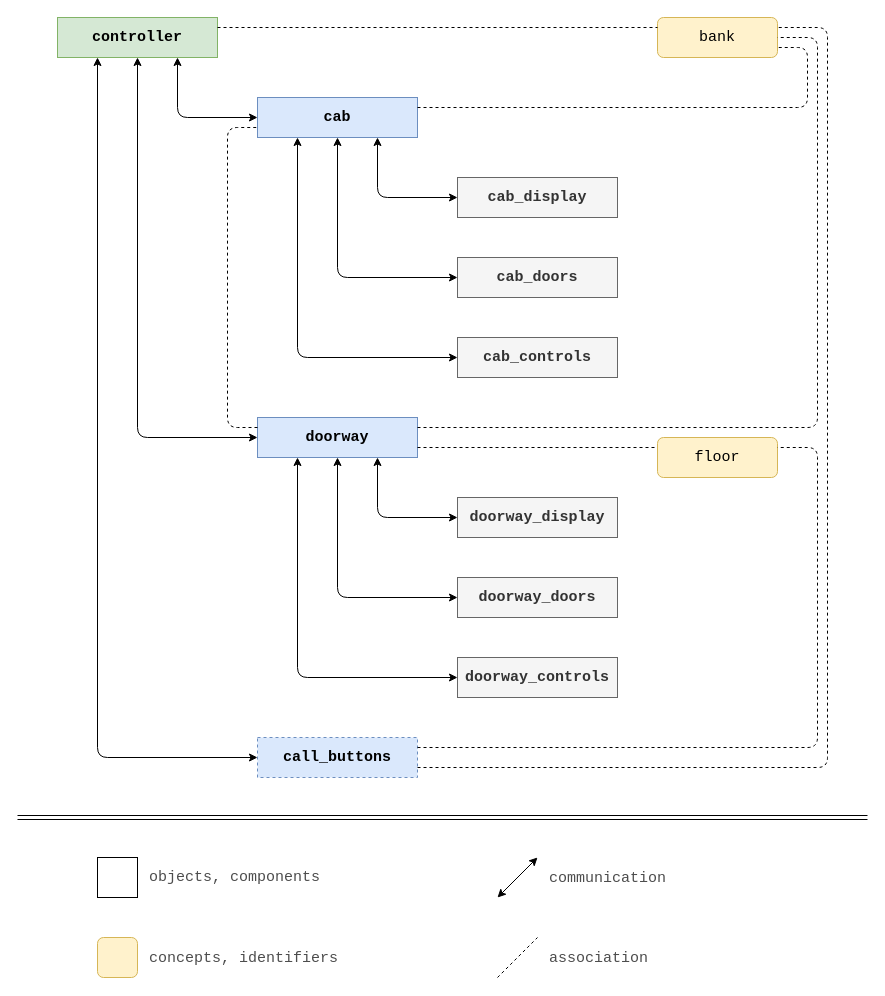
Earlier version of the draw.io diagram falcon-components.drawio (domsson/falcon). Source tidied: cells renumbered, new cells numbered last; positions are measured from the earlier drawing's top-left corner, leaving out a move shared by most shapes. Both pictures are drawn from the tidied source at 100%, with x=0, y=0 at pixel (17, 17).
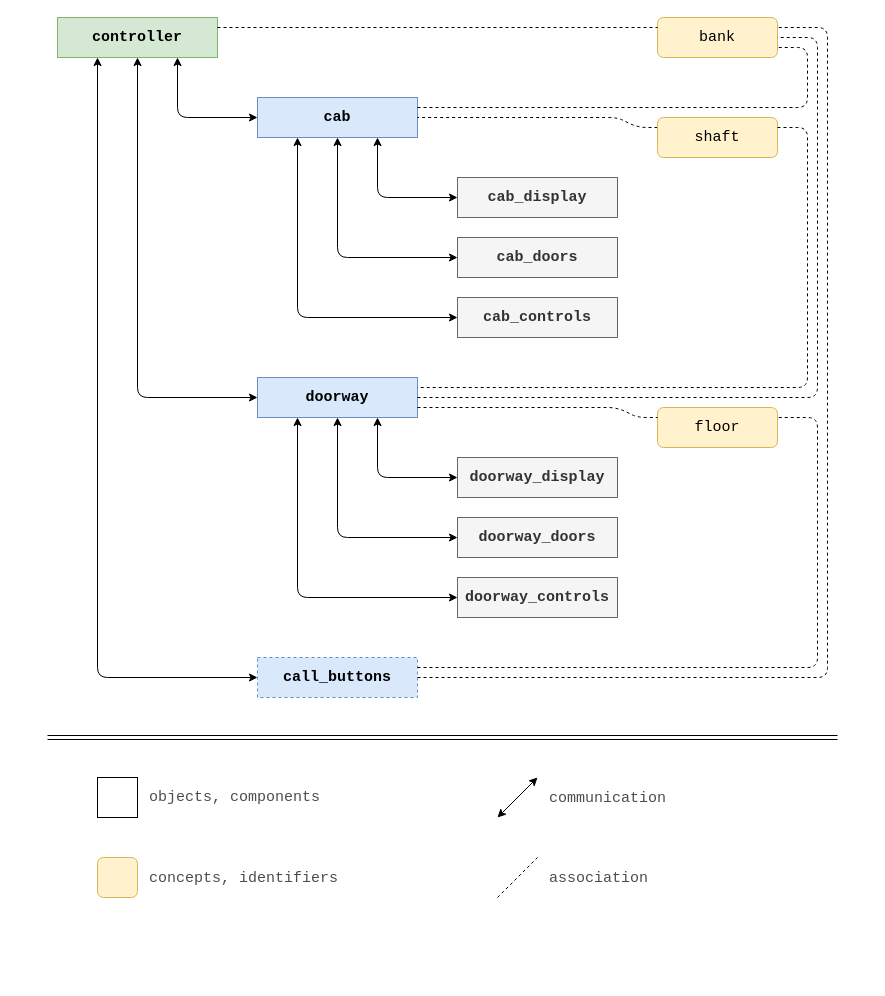
The same page after the edit.

Commit message (it also covers changes not shown here):
Update component diagram

Unchanged cells that the change refers to:
```xml
<mxCell id="2" value="&lt;div style=&quot;font-size: 15px;&quot;&gt;controller&lt;/div&gt;" style="rounded=0;whiteSpace=wrap;html=1;fontFamily=Courier New;fontSize=15;fontStyle=1;strokeColor=#82b366;fillColor=#d5e8d4;" parent="1" vertex="1">
  <mxGeometry x="40" width="160" height="40" as="geometry" />
</mxCell>
<mxCell id="3" value="&lt;span style=&quot;font-size: 15px;&quot;&gt;&lt;font style=&quot;font-size: 15px;&quot;&gt;cab&lt;/font&gt;&lt;/span&gt;" style="rounded=0;whiteSpace=wrap;html=1;fontFamily=Courier New;fontSize=15;fontStyle=1;fillColor=#dae8fc;strokeColor=#6c8ebf;" parent="1" vertex="1">
  <mxGeometry x="240" y="80" width="160" height="40" as="geometry" />
</mxCell>
<mxCell id="18" value="&lt;div&gt;bank&lt;/div&gt;" style="rounded=1;whiteSpace=wrap;html=1;fontFamily=Courier New;fontSize=15;fillColor=#fff2cc;strokeColor=#d6b656;" parent="1" vertex="1">
  <mxGeometry x="640" width="120" height="40" as="geometry" />
</mxCell>
```

The edit, as a diff of the source:
```diff
@@
     <mxCell id="4" value="&lt;div style=&quot;font-size: 15px;&quot;&gt;doorway&lt;/div&gt;" style="rounded=0;whiteSpace=wrap;html=1;fontFamily=Courier New;fontSize=15;fontStyle=1;fillColor=#dae8fc;strokeColor=#6c8ebf;" parent="1" vertex="1">
-      <mxGeometry x="240" y="400" width="160" height="40" as="geometry" />
+      <mxGeometry x="240" y="360" width="160" height="40" as="geometry" />
     </mxCell>
@@
     <mxCell id="6" value="&lt;div&gt;cab_doors&lt;/div&gt;" style="rounded=0;whiteSpace=wrap;html=1;fontFamily=Courier New;fontSize=15;fontStyle=1;fillColor=#f5f5f5;strokeColor=#666666;fontColor=#333333;" parent="1" vertex="1">
-      <mxGeometry x="440" y="240" width="160" height="40" as="geometry" />
+      <mxGeometry x="440" y="220" width="160" height="40" as="geometry" />
     </mxCell>
     <mxCell id="7" value="cab_controls" style="rounded=0;whiteSpace=wrap;html=1;fontFamily=Courier New;fontSize=15;fontStyle=1;fillColor=#f5f5f5;strokeColor=#666666;fontColor=#333333;" parent="1" vertex="1">
-      <mxGeometry x="440" y="320" width="160" height="40" as="geometry" />
+      <mxGeometry x="440" y="280" width="160" height="40" as="geometry" />
     </mxCell>
     <mxCell id="8" value="doorway_display" style="rounded=0;whiteSpace=wrap;html=1;fontFamily=Courier New;fontSize=15;fontStyle=1;fillColor=#f5f5f5;strokeColor=#666666;fontColor=#333333;" parent="1" vertex="1">
-      <mxGeometry x="440" y="480" width="160" height="40" as="geometry" />
+      <mxGeometry x="440" y="440" width="160" height="40" as="geometry" />
     </mxCell>
     <mxCell id="9" value="doorway_doors" style="rounded=0;whiteSpace=wrap;html=1;fontFamily=Courier New;fontSize=15;fontStyle=1;fillColor=#f5f5f5;strokeColor=#666666;fontColor=#333333;" parent="1" vertex="1">
-      <mxGeometry x="440" y="560" width="160" height="40" as="geometry" />
+      <mxGeometry x="440" y="500" width="160" height="40" as="geometry" />
     </mxCell>
     <mxCell id="10" value="doorway_controls" style="rounded=0;whiteSpace=wrap;html=1;fontFamily=Courier New;fontSize=15;fontStyle=1;fillColor=#f5f5f5;strokeColor=#666666;fontColor=#333333;" parent="1" vertex="1">
-      <mxGeometry x="440" y="640" width="160" height="40" as="geometry" />
+      <mxGeometry x="440" y="560" width="160" height="40" as="geometry" />
     </mxCell>
     <mxCell id="11" style="endArrow=classic;startArrow=classic;html=1;fontFamily=Courier New;fontSize=15;entryX=0;entryY=0.5;entryDx=0;entryDy=0;exitX=0.75;exitY=1;exitDx=0;exitDy=0;" parent="1" edge="1" source="4" target="8">
       <mxGeometry relative="1" as="geometry">
         <Array as="points">
-          <mxPoint x="360" y="500" />
+          <mxPoint x="360" y="460" />
         </Array>
       </mxGeometry>
     </mxCell>
     <mxCell id="12" style="endArrow=classic;startArrow=classic;html=1;fontFamily=Courier New;fontSize=15;entryX=0;entryY=0.5;entryDx=0;entryDy=0;exitX=0.5;exitY=1;exitDx=0;exitDy=0;" parent="1" edge="1" source="4" target="9">
       <mxGeometry relative="1" as="geometry">
         <Array as="points">
-          <mxPoint x="320" y="580" />
+          <mxPoint x="320" y="520" />
         </Array>
       </mxGeometry>
     </mxCell>
     <mxCell id="13" style="endArrow=classic;startArrow=classic;html=1;fontFamily=Courier New;fontSize=15;entryX=0;entryY=0.5;entryDx=0;entryDy=0;exitX=0.25;exitY=1;exitDx=0;exitDy=0;" parent="1" edge="1" source="4" target="10">
       <mxGeometry relative="1" as="geometry">
         <Array as="points">
-          <mxPoint x="280" y="660" />
+          <mxPoint x="280" y="580" />
         </Array>
       </mxGeometry>
     </mxCell>
@@
     <mxCell id="15" style="endArrow=classic;startArrow=classic;html=1;fontFamily=Courier New;fontSize=15;entryX=0;entryY=0.5;entryDx=0;entryDy=0;exitX=0.5;exitY=1;exitDx=0;exitDy=0;" parent="1" edge="1" target="6">
       <mxGeometry relative="1" as="geometry">
         <mxPoint x="320" y="120" as="sourcePoint" />
         <Array as="points">
-          <mxPoint x="320" y="260" />
+          <mxPoint x="320" y="240" />
         </Array>
       </mxGeometry>
     </mxCell>
     <mxCell id="16" style="endArrow=classic;startArrow=classic;html=1;fontFamily=Courier New;fontSize=15;entryX=0;entryY=0.5;entryDx=0;entryDy=0;exitX=0.25;exitY=1;exitDx=0;exitDy=0;" parent="1" edge="1" source="3" target="7">
       <mxGeometry relative="1" as="geometry">
         <Array as="points">
-          <mxPoint x="280" y="340" />
+          <mxPoint x="280" y="300" />
         </Array>
       </mxGeometry>
     </mxCell>
     <mxCell id="17" value="&lt;div&gt;call_buttons&lt;/div&gt;" style="rounded=0;whiteSpace=wrap;html=1;fontFamily=Courier New;fontSize=15;fontStyle=1;dashed=1;fillColor=#dae8fc;strokeColor=#6c8ebf;" parent="1" vertex="1">
-      <mxGeometry x="240" y="720" width="160" height="40" as="geometry" />
+      <mxGeometry x="240" y="640" width="160" height="40" as="geometry" />
     </mxCell>
@@
     <mxCell id="19" value="&lt;div&gt;floor&lt;/div&gt;" style="rounded=1;whiteSpace=wrap;html=1;fontFamily=Courier New;fontSize=15;fillColor=#fff2cc;strokeColor=#d6b656;" parent="1" vertex="1">
-      <mxGeometry x="640" y="420" width="120" height="40" as="geometry" />
+      <mxGeometry x="640" y="390" width="120" height="40" as="geometry" />
     </mxCell>
     <mxCell id="20" style="endArrow=classic;startArrow=classic;html=1;strokeColor=#000000;fontFamily=Courier New;fontSize=15;entryX=0;entryY=0.5;entryDx=0;entryDy=0;exitX=0.25;exitY=1;exitDx=0;exitDy=0;" parent="1" edge="1" source="2" target="17">
       <mxGeometry relative="1" as="geometry">
         <Array as="points">
-          <mxPoint x="80" y="740" />
+          <mxPoint x="80" y="660" />
         </Array>
       </mxGeometry>
     </mxCell>
     <mxCell id="21" style="endArrow=classic;startArrow=classic;html=1;strokeColor=#000000;fontFamily=Courier New;fontSize=15;entryX=0;entryY=0.5;entryDx=0;entryDy=0;exitX=0.5;exitY=1;exitDx=0;exitDy=0;" parent="1" edge="1" source="2" target="4">
       <mxGeometry relative="1" as="geometry">
         <Array as="points">
-          <mxPoint x="120" y="420" />
+          <mxPoint x="120" y="380" />
         </Array>
       </mxGeometry>
     </mxCell>
@@
-    <mxCell id="25" style="endArrow=none;dashed=1;html=1;strokeColor=#000000;fontFamily=Courier New;fontSize=15;exitX=1;exitY=0.25;exitDx=0;exitDy=0;entryX=1;entryY=0.5;entryDx=0;entryDy=0;" parent="1" edge="1" source="4" target="18">
+    <mxCell id="25" style="endArrow=none;dashed=1;html=1;strokeColor=#000000;fontFamily=Courier New;fontSize=15;entryX=1;entryY=0.5;entryDx=0;entryDy=0;" parent="1" edge="1" target="18">
       <mxGeometry relative="1" as="geometry">
+        <mxPoint x="400" y="380" as="sourcePoint" />
         <Array as="points">
-          <mxPoint x="800" y="410" />
+          <mxPoint x="800" y="380" />
           <mxPoint x="800" y="20" />
         </Array>
       </mxGeometry>
     </mxCell>
-    <mxCell id="26" style="endArrow=none;dashed=1;html=1;strokeColor=#000000;fontFamily=Courier New;fontSize=15;entryX=1;entryY=0.25;entryDx=0;entryDy=0;exitX=1;exitY=0.75;exitDx=0;exitDy=0;" parent="1" edge="1" source="17" target="18">
+    <mxCell id="26" style="endArrow=none;dashed=1;html=1;strokeColor=#000000;fontFamily=Courier New;fontSize=15;entryX=1;entryY=0.25;entryDx=0;entryDy=0;exitX=1;exitY=0.5;exitDx=0;exitDy=0;" parent="1" edge="1" source="17" target="18">
       <mxGeometry relative="1" as="geometry">
         <Array as="points">
-          <mxPoint x="810" y="750" />
+          <mxPoint x="810" y="660" />
           <mxPoint x="810" y="10" />
         </Array>
       </mxGeometry>
     </mxCell>
-    <mxCell id="27" style="endArrow=none;dashed=1;html=1;strokeColor=#000000;fontFamily=Courier New;fontSize=15;entryX=0;entryY=0.25;entryDx=0;entryDy=0;exitX=1;exitY=0.75;exitDx=0;exitDy=0;" parent="1" edge="1" source="4" target="19">
-      <mxGeometry relative="1" as="geometry" />
+    <mxCell id="27" style="endArrow=none;dashed=1;html=1;strokeColor=#000000;fontFamily=Courier New;fontSize=15;exitX=1;exitY=0.75;exitDx=0;exitDy=0;entryX=0;entryY=0.25;entryDx=0;entryDy=0;" parent="1" edge="1" source="4" target="19">
+      <mxGeometry relative="1" as="geometry">
+        <Array as="points">
+          <mxPoint x="600" y="390" />
+          <mxPoint x="620" y="400" />
+        </Array>
+      </mxGeometry>
     </mxCell>
     <mxCell id="28" style="endArrow=none;dashed=1;html=1;strokeColor=#000000;fontFamily=Courier New;fontSize=15;entryX=1;entryY=0.25;entryDx=0;entryDy=0;exitX=1;exitY=0.25;exitDx=0;exitDy=0;" parent="1" edge="1" source="17" target="19">
       <mxGeometry relative="1" as="geometry">
         <Array as="points">
-          <mxPoint x="800" y="730" />
-          <mxPoint x="800" y="430" />
+          <mxPoint x="800" y="650" />
+          <mxPoint x="800" y="400" />
         </Array>
       </mxGeometry>
     </mxCell>
-    <mxCell id="29" style="endArrow=none;dashed=1;html=1;strokeColor=#000000;fontFamily=Courier New;fontSize=15;fontColor=#4D4D4D;entryX=0;entryY=0.75;entryDx=0;entryDy=0;exitX=0;exitY=0.25;exitDx=0;exitDy=0;" parent="1" edge="1" source="4" target="3">
+    <mxCell id="29" style="endArrow=none;dashed=1;html=1;strokeColor=#000000;fontFamily=Courier New;fontSize=15;fontColor=#4D4D4D;entryX=1;entryY=0.5;entryDx=0;entryDy=0;exitX=0;exitY=0.25;exitDx=0;exitDy=0;" parent="1" edge="1" source="39" target="3">
       <mxGeometry relative="1" as="geometry">
         <Array as="points">
-          <mxPoint x="210" y="410" />
-          <mxPoint x="210" y="110" />
+          <mxPoint x="620" y="110" />
+          <mxPoint x="600" y="100" />
         </Array>
       </mxGeometry>
     </mxCell>
     <mxCell id="30" style="rounded=0;whiteSpace=wrap;html=1;fontFamily=Courier New;fontSize=15;fontColor=#4D4D4D;" parent="1" vertex="1">
-      <mxGeometry x="80" y="840" width="40" height="40" as="geometry" />
+      <mxGeometry x="80" y="760" width="40" height="40" as="geometry" />
     </mxCell>
     <mxCell id="31" value="objects, components" style="text;html=1;align=left;verticalAlign=top;spacingTop=-4;fontSize=15;fontFamily=Courier New;fontColor=#4D4D4D;" parent="1" vertex="1">
-      <mxGeometry x="130" y="849" width="190" height="20" as="geometry" />
+      <mxGeometry x="130" y="769" width="190" height="20" as="geometry" />
     </mxCell>
     <mxCell id="32" style="rounded=1;whiteSpace=wrap;html=1;fontFamily=Courier New;fontSize=15;fillColor=#fff2cc;strokeColor=#d6b656;" parent="1" vertex="1">
-      <mxGeometry x="80" y="920" width="40" height="40" as="geometry" />
+      <mxGeometry x="80" y="840" width="40" height="40" as="geometry" />
     </mxCell>
     <mxCell id="33" value="concepts, identifiers" style="text;html=1;align=left;verticalAlign=top;spacingTop=-4;fontSize=15;fontFamily=Courier New;fontColor=#4D4D4D;" parent="1" vertex="1">
-      <mxGeometry x="130" y="930" width="200" height="20" as="geometry" />
+      <mxGeometry x="130" y="850" width="200" height="20" as="geometry" />
     </mxCell>
     <mxCell id="34" style="endArrow=classic;startArrow=classic;html=1;strokeColor=#000000;fontFamily=Courier New;fontSize=15;fontColor=#4D4D4D;" parent="1" edge="1">
       <mxGeometry relative="1" as="geometry">
-        <mxPoint x="480" y="880" as="sourcePoint" />
-        <mxPoint x="520" y="840" as="targetPoint" />
+        <mxPoint x="480" y="800" as="sourcePoint" />
+        <mxPoint x="520" y="760" as="targetPoint" />
       </mxGeometry>
     </mxCell>
     <mxCell id="35" style="endArrow=none;dashed=1;html=1;strokeColor=#000000;fontFamily=Courier New;fontSize=15;fontColor=#4D4D4D;" parent="1" edge="1">
       <mxGeometry relative="1" as="geometry">
-        <mxPoint x="480" y="960" as="sourcePoint" />
-        <mxPoint x="520" y="920" as="targetPoint" />
+        <mxPoint x="480" y="880" as="sourcePoint" />
+        <mxPoint x="520" y="840" as="targetPoint" />
       </mxGeometry>
     </mxCell>
     <mxCell id="36" value="communication" style="text;html=1;align=left;verticalAlign=top;spacingTop=-4;fontSize=15;fontFamily=Courier New;fontColor=#4D4D4D;" parent="1" vertex="1">
-      <mxGeometry x="530" y="850" width="130" height="20" as="geometry" />
+      <mxGeometry x="530" y="770" width="130" height="20" as="geometry" />
     </mxCell>
     <mxCell id="37" value="&lt;div&gt;association&lt;/div&gt;" style="text;html=1;align=left;verticalAlign=top;spacingTop=-4;fontSize=15;fontFamily=Courier New;fontColor=#4D4D4D;" parent="1" vertex="1">
-      <mxGeometry x="530" y="930" width="110" height="20" as="geometry" />
+      <mxGeometry x="530" y="850" width="110" height="20" as="geometry" />
     </mxCell>
     <mxCell id="38" style="shape=link;html=1;strokeColor=#000000;fontFamily=Courier New;fontSize=15;fontColor=#4D4D4D;" parent="1" edge="1">
       <mxGeometry relative="1" as="geometry">
-        <mxPoint y="800" as="sourcePoint" />
-        <mxPoint x="850" y="800" as="targetPoint" />
+        <mxPoint x="30" y="720" as="sourcePoint" />
+        <mxPoint x="820" y="720" as="targetPoint" />
       </mxGeometry>
     </mxCell>
+    <mxCell id="39" value="&lt;div&gt;shaft&lt;/div&gt;" style="rounded=1;whiteSpace=wrap;html=1;fontFamily=Courier New;fontSize=15;fillColor=#fff2cc;strokeColor=#d6b656;" parent="1" vertex="1">
+      <mxGeometry x="640" y="100" width="120" height="40" as="geometry" />
+    </mxCell>
+    <mxCell id="40" style="endArrow=none;dashed=1;html=1;exitX=1;exitY=0.25;exitDx=0;exitDy=0;entryX=1;entryY=0.25;entryDx=0;entryDy=0;" parent="1" edge="1" source="39" target="4">
+      <mxGeometry relative="1" as="geometry">
+        <Array as="points">
+          <mxPoint x="790" y="110" />
+          <mxPoint x="790" y="370" />
+        </Array>
+      </mxGeometry>
+    </mxCell>
```
